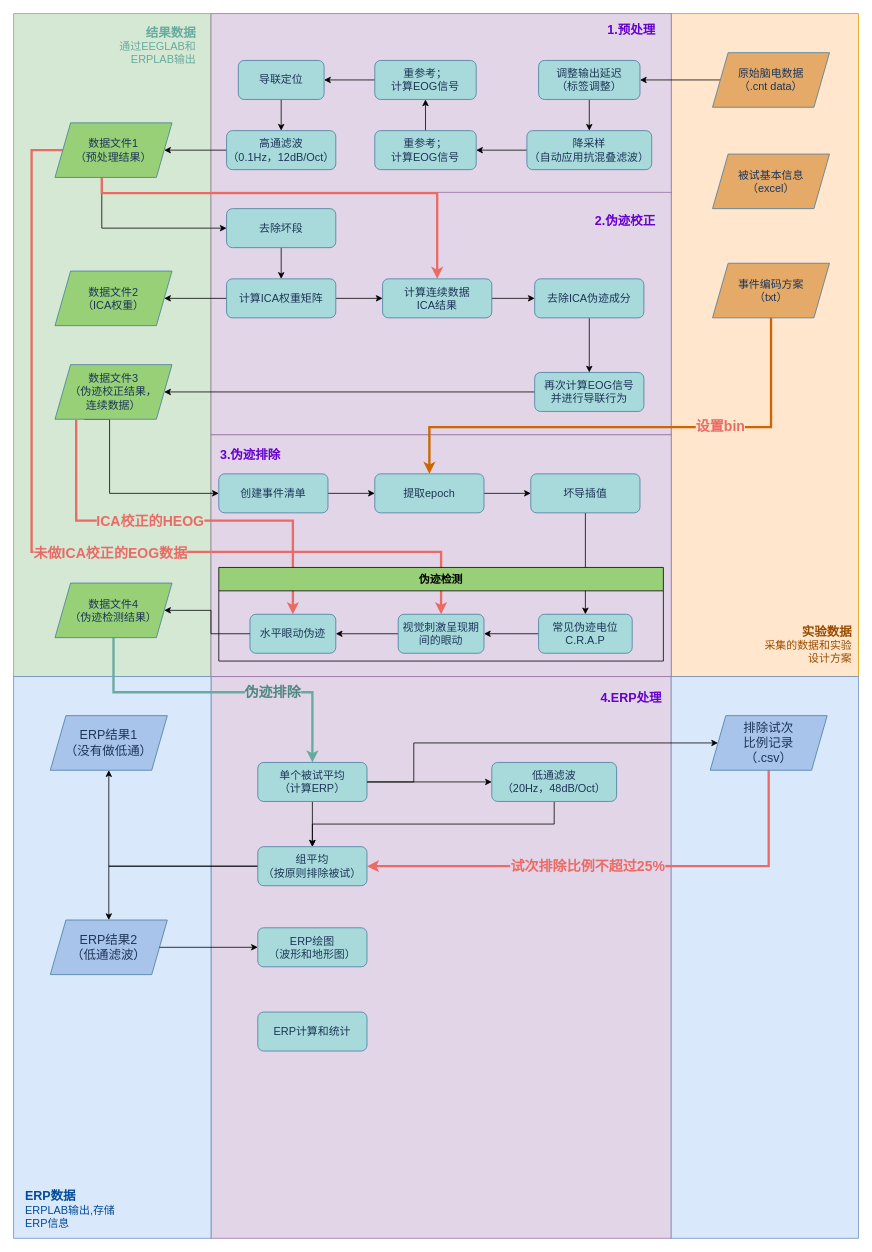
This is page "20220407" (2 of 2) of EEG预处理流程.drawio from pilgrimmeng/Draw, a draw.io file, before an edit. Source tidied: cells renumbered, new cells numbered last; positions are measured from the earlier drawing's top-left corner, leaving out a move shared by most shapes. Both pictures are drawn from the tidied source at 78%, with x=0, y=0 at pixel (13, 13).
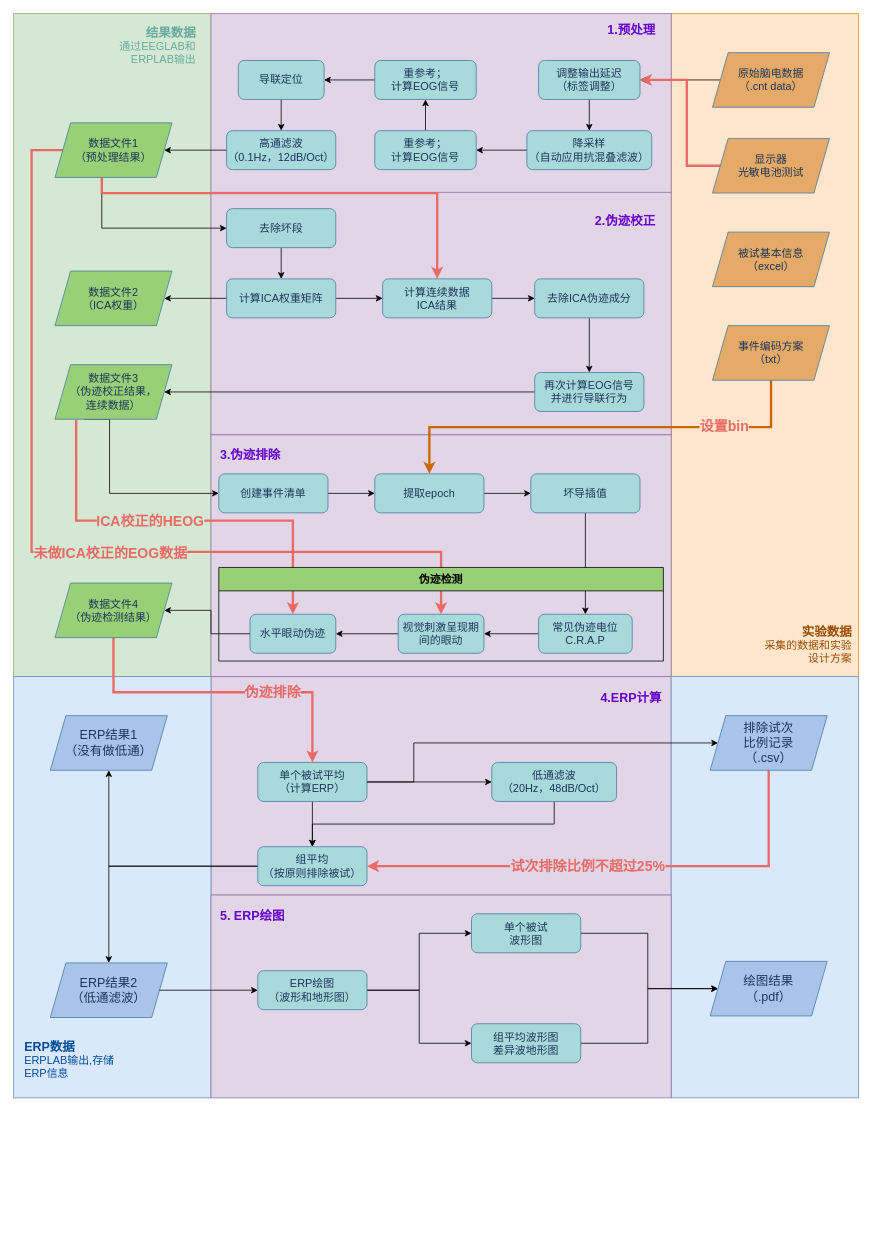
After the change.

Commit message:
Update EEG预处理流程.drawio

Unchanged cells that the change refers to:
```xml
<mxCell id="20" style="edgeStyle=orthogonalEdgeStyle;rounded=0;jettySize=auto;html=1;entryX=0.5;entryY=0;entryDx=0;entryDy=0;strokeColor=#CC6600;strokeWidth=3;" parent="17" edge="1" source="22" target="60">
  <mxGeometry relative="1" as="geometry">
    <Array as="points">
      <mxPoint x="971" y="530" />
      <mxPoint x="533" y="530" />
    </Array>
  </mxGeometry>
</mxCell>
<mxCell id="25" value="调整输出延迟&lt;br&gt;（标签调整）" style="rounded=1;whiteSpace=wrap;html=1;fontSize=14;glass=0;strokeWidth=1;shadow=0;fillColor=#A8DADC;strokeColor=#457B9D;fontColor=#1D3557;" parent="17" vertex="1">
  <mxGeometry x="673" y="60" width="130" height="50" as="geometry" />
</mxCell>
<mxCell id="71" value="数据文件4&lt;br&gt;（伪迹检测结果）" style="shape=parallelogram;perimeter=parallelogramPerimeter;whiteSpace=wrap;html=1;fixedSize=1;rounded=0;sketch=0;fontColor=#1D3557;strokeColor=#457B9D;fontSize=14;fillColor=#97D077;" parent="17" vertex="1">
  <mxGeometry x="53" y="730" width="150" height="70" as="geometry" />
</mxCell>
<mxCell id="75" value="单个被试平均&lt;br&gt;（计算ERP）" style="rounded=1;whiteSpace=wrap;html=1;fontSize=14;glass=0;strokeWidth=1;shadow=0;fillColor=#A8DADC;strokeColor=#457B9D;fontColor=#1D3557;" parent="17" vertex="1">
  <mxGeometry x="313" y="960" width="140" height="50" as="geometry" />
</mxCell>
```

What changed in the source:
```diff
@@
     <mxCell id="12" style="rounded=0;whiteSpace=wrap;html=1;fontFamily=Helvetica;fontSize=14;fillColor=#E1D5E7;strokeColor=#9673a6;" parent="1" vertex="1">
-      <mxGeometry x="253" y="850" width="590" height="720" as="geometry" />
+      <mxGeometry x="253" y="850" width="590" height="280" as="geometry" />
     </mxCell>
     <mxCell id="13" style="rounded=0;whiteSpace=wrap;html=1;fontFamily=Helvetica;fontSize=14;fillColor=#dae8fc;strokeColor=#6c8ebf;" parent="1" vertex="1">
-      <mxGeometry y="850" width="253" height="720" as="geometry" />
+      <mxGeometry y="850" width="253" height="540" as="geometry" />
     </mxCell>
     <mxCell id="14" value="&lt;div&gt;&lt;/div&gt;&lt;div style=&quot;font-size: 16px&quot;&gt;&lt;span&gt;&lt;font&gt;ERP数据&lt;/font&gt;&lt;/span&gt;&lt;/div&gt;&lt;div&gt;&lt;span style=&quot;font-weight: normal&quot;&gt;&lt;font style=&quot;font-size: 14px&quot;&gt;ERPLAB输出,存储ERP信息&lt;/font&gt;&lt;/span&gt;&lt;/div&gt;" style="text;html=1;strokeColor=none;fillColor=none;align=left;verticalAlign=top;whiteSpace=wrap;rounded=0;opacity=20;fontStyle=1;fontColor=#004C99;" parent="1" vertex="1">
-      <mxGeometry x="13" y="1500" width="120" height="60" as="geometry" />
+      <mxGeometry x="12" y="1308" width="120" height="60" as="geometry" />
     </mxCell>
     <mxCell id="15" style="rounded=0;whiteSpace=wrap;html=1;fontFamily=Helvetica;fontSize=14;fillColor=#dae8fc;strokeColor=#6c8ebf;" parent="1" vertex="1">
-      <mxGeometry x="843" y="850" width="240" height="720" as="geometry" />
+      <mxGeometry x="843" y="850" width="240" height="540" as="geometry" />
     </mxCell>
-    <mxCell id="16" value="&lt;div&gt;&lt;/div&gt;&lt;div style=&quot;font-size: 16px&quot;&gt;&lt;font&gt;4.ERP处理&lt;/font&gt;&lt;/div&gt;" style="text;html=1;strokeColor=none;fillColor=none;align=right;verticalAlign=top;whiteSpace=wrap;rounded=0;opacity=20;fontStyle=1;fontColor=#6600CC;" parent="1" vertex="1">
+    <mxCell id="16" value="&lt;div&gt;&lt;/div&gt;&lt;div style=&quot;font-size: 16px&quot;&gt;&lt;font&gt;4.ERP计算&lt;/font&gt;&lt;/div&gt;" style="text;html=1;strokeColor=none;fillColor=none;align=right;verticalAlign=top;whiteSpace=wrap;rounded=0;opacity=20;fontStyle=1;fontColor=#6600CC;" parent="1" vertex="1">
       <mxGeometry x="713" y="861" width="120" height="40" as="geometry" />
     </mxCell>
+    <mxCell id="90" style="rounded=0;whiteSpace=wrap;html=1;fontFamily=Helvetica;fontSize=14;fillColor=#E1D5E7;strokeColor=#9673a6;" parent="1" vertex="1">
+      <mxGeometry x="253" y="1130" width="590" height="260" as="geometry" />
+    </mxCell>
+    <mxCell id="91" value="&lt;div&gt;&lt;/div&gt;&lt;div style=&quot;font-size: 16px&quot;&gt;&lt;font&gt;5. ERP绘图&lt;/font&gt;&lt;/div&gt;" style="text;html=1;strokeColor=none;fillColor=none;align=left;verticalAlign=top;whiteSpace=wrap;rounded=0;opacity=20;fontStyle=1;fontColor=#6600CC;" parent="1" vertex="1">
+      <mxGeometry x="263" y="1140" width="120" height="40" as="geometry" />
+    </mxCell>
@@
     <mxCell id="21" value="&lt;b style=&quot;&quot;&gt;设置bin&lt;/b&gt;" style="edgeLabel;html=1;align=center;verticalAlign=middle;fontSize=18;fontColor=#EA6B66;labelBackgroundColor=#FFE6CC;" parent="20" vertex="1">
       <mxGeometry x="-0.29" y="-2" relative="1" as="geometry">
-        <mxPoint x="20" as="offset" />
+        <mxPoint x="77" as="offset" />
       </mxGeometry>
     </mxCell>
     <mxCell id="22" value="事件编码方案&lt;br&gt;（txt）" style="shape=parallelogram;perimeter=parallelogramPerimeter;whiteSpace=wrap;html=1;fixedSize=1;rounded=0;sketch=0;fontColor=#1D3557;strokeColor=#457B9D;fontSize=14;fillColor=#E6AA68;" parent="17" vertex="1">
-      <mxGeometry x="896" y="320" width="150" height="70" as="geometry" />
+      <mxGeometry x="896" y="400" width="150" height="70" as="geometry" />
     </mxCell>
     <mxCell id="23" value="被试基本信息&lt;br&gt;（excel）" style="shape=parallelogram;perimeter=parallelogramPerimeter;whiteSpace=wrap;html=1;fixedSize=1;rounded=0;sketch=0;fontColor=#1D3557;strokeColor=#457B9D;fontSize=14;fillColor=#E6AA68;" parent="17" vertex="1">
-      <mxGeometry x="896" y="180" width="150" height="70" as="geometry" />
+      <mxGeometry x="896" y="280" width="150" height="70" as="geometry" />
     </mxCell>
@@
-    <mxCell id="69" style="edgeStyle=orthogonalEdgeStyle;rounded=0;jettySize=auto;html=1;entryX=0.5;entryY=0;entryDx=0;entryDy=0;exitX=0.5;exitY=1;exitDx=0;exitDy=0;strokeColor=#67AB9F;strokeWidth=3;" parent="17" edge="1" source="71" target="75">
+    <mxCell id="69" style="edgeStyle=orthogonalEdgeStyle;rounded=0;jettySize=auto;html=1;entryX=0.5;entryY=0;entryDx=0;entryDy=0;exitX=0.5;exitY=1;exitDx=0;exitDy=0;strokeColor=#EA6B66;strokeWidth=3;" parent="17" edge="1" source="71" target="75">
       <mxGeometry relative="1" as="geometry">
         <Array as="points">
           <mxPoint x="128" y="870" />
           <mxPoint x="383" y="870" />
         </Array>
       </mxGeometry>
     </mxCell>
-    <mxCell id="70" value="&lt;font style=&quot;font-size: 18px&quot;&gt;伪迹排除&lt;/font&gt;" style="edgeLabel;html=1;align=center;verticalAlign=middle;fontColor=#51877E;fontStyle=1;labelBackgroundColor=#E1D5E7;" parent="69" vertex="1">
+    <mxCell id="70" value="&lt;font style=&quot;font-size: 18px&quot;&gt;伪迹排除&lt;/font&gt;" style="edgeLabel;html=1;align=center;verticalAlign=middle;fontColor=#EA6B66;fontStyle=1;labelBackgroundColor=#E1D5E7;" parent="69" vertex="1">
       <mxGeometry x="0.13" relative="1" as="geometry">
         <mxPoint x="39" as="offset" />
       </mxGeometry>
     </mxCell>
@@
     <mxCell id="82" value="ERP结果2&lt;br style=&quot;font-size: 16px;&quot;&gt;（低通滤波）" style="shape=parallelogram;perimeter=parallelogramPerimeter;whiteSpace=wrap;html=1;fixedSize=1;rounded=0;sketch=0;fontColor=#1D3557;strokeColor=#457B9D;fontSize=16;fillColor=#A9C4EB;" parent="17" vertex="1">
-      <mxGeometry x="47" y="1162" width="150" height="70" as="geometry" />
+      <mxGeometry x="47" y="1217" width="150" height="70" as="geometry" />
     </mxCell>
+    <mxCell id="92" style="edgeStyle=orthogonalEdgeStyle;rounded=0;jettySize=auto;html=1;exitX=1;exitY=0.5;exitDx=0;exitDy=0;entryX=0;entryY=0.5;entryDx=0;entryDy=0;fontSize=18;fontColor=#EA6B66;strokeColor=#000000;strokeWidth=1;" parent="17" edge="1" source="83" target="97">
+      <mxGeometry relative="1" as="geometry" />
+    </mxCell>
+    <mxCell id="93" style="edgeStyle=orthogonalEdgeStyle;rounded=0;jettySize=auto;html=1;exitX=1;exitY=0.5;exitDx=0;exitDy=0;entryX=0;entryY=0.5;entryDx=0;entryDy=0;fontSize=18;fontColor=#EA6B66;strokeColor=#000000;strokeWidth=1;" parent="17" edge="1" source="83" target="99">
+      <mxGeometry relative="1" as="geometry" />
+    </mxCell>
     <mxCell id="83" value="ERP绘图&lt;br&gt;（波形和地形图）" style="rounded=1;whiteSpace=wrap;html=1;fontSize=14;glass=0;strokeWidth=1;shadow=0;fillColor=#A8DADC;strokeColor=#457B9D;fontColor=#1D3557;" parent="17" vertex="1">
-      <mxGeometry x="313" y="1172" width="140" height="50" as="geometry" />
+      <mxGeometry x="313" y="1227" width="140" height="50" as="geometry" />
     </mxCell>
@@
-    <mxCell id="89" value="ERP计算和统计" style="rounded=1;whiteSpace=wrap;html=1;fontSize=14;glass=0;strokeWidth=1;shadow=0;fillColor=#A8DADC;strokeColor=#457B9D;fontColor=#1D3557;" parent="17" vertex="1">
-      <mxGeometry x="313" y="1280" width="140" height="50" as="geometry" />
-    </mxCell>
+    <mxCell id="94" style="edgeStyle=orthogonalEdgeStyle;rounded=0;jettySize=auto;html=1;exitX=0;exitY=0.5;exitDx=0;exitDy=0;entryX=1;entryY=0.5;entryDx=0;entryDy=0;fontSize=18;fontColor=#EA6B66;strokeColor=#EA6B66;strokeWidth=3;" parent="17" edge="1" source="95" target="25">
+      <mxGeometry relative="1" as="geometry">
+        <Array as="points">
+          <mxPoint x="863" y="195" />
+          <mxPoint x="863" y="85" />
+        </Array>
+      </mxGeometry>
+    </mxCell>
+    <mxCell id="95" value="显示器&lt;br&gt;光敏电池测试" style="shape=parallelogram;perimeter=parallelogramPerimeter;whiteSpace=wrap;html=1;fixedSize=1;rounded=0;sketch=0;fontColor=#1D3557;strokeColor=#457B9D;fontSize=14;fillColor=#E6AA68;" parent="17" vertex="1">
+      <mxGeometry x="896" y="160" width="150" height="70" as="geometry" />
+    </mxCell>
+    <mxCell id="96" style="edgeStyle=orthogonalEdgeStyle;rounded=0;jettySize=auto;html=1;entryX=0;entryY=0.5;entryDx=0;entryDy=0;fontSize=18;fontColor=#EA6B66;strokeColor=#000000;strokeWidth=1;" parent="17" edge="1" source="97" target="100">
+      <mxGeometry relative="1" as="geometry">
+        <Array as="points">
+          <mxPoint x="813" y="1179" />
+          <mxPoint x="813" y="1250" />
+        </Array>
+      </mxGeometry>
+    </mxCell>
+    <mxCell id="97" value="单个被试&lt;br&gt;波形图" style="rounded=1;whiteSpace=wrap;html=1;fontSize=14;glass=0;strokeWidth=1;shadow=0;fillColor=#A8DADC;strokeColor=#457B9D;fontColor=#1D3557;" parent="17" vertex="1">
+      <mxGeometry x="587" y="1154" width="140" height="50" as="geometry" />
+    </mxCell>
+    <mxCell id="98" style="edgeStyle=orthogonalEdgeStyle;rounded=0;jettySize=auto;html=1;exitX=1;exitY=0.5;exitDx=0;exitDy=0;entryX=0;entryY=0.5;entryDx=0;entryDy=0;fontSize=18;fontColor=#EA6B66;strokeColor=#000000;strokeWidth=1;" parent="17" edge="1" source="99" target="100">
+      <mxGeometry relative="1" as="geometry">
+        <Array as="points">
+          <mxPoint x="813" y="1320" />
+          <mxPoint x="813" y="1250" />
+        </Array>
+      </mxGeometry>
+    </mxCell>
+    <mxCell id="99" value="组平均波形图&lt;br&gt;差异波地形图" style="rounded=1;whiteSpace=wrap;html=1;fontSize=14;glass=0;strokeWidth=1;shadow=0;fillColor=#A8DADC;strokeColor=#457B9D;fontColor=#1D3557;" parent="17" vertex="1">
+      <mxGeometry x="587" y="1295" width="140" height="50" as="geometry" />
+    </mxCell>
+    <mxCell id="100" value="绘图结果&lt;br&gt;（.pdf）" style="shape=parallelogram;perimeter=parallelogramPerimeter;whiteSpace=wrap;html=1;fixedSize=1;rounded=0;sketch=0;fontColor=#1D3557;strokeColor=#457B9D;fontSize=16;fillColor=#A9C4EB;" parent="17" vertex="1">
+      <mxGeometry x="893" y="1215" width="150" height="70" as="geometry" />
+    </mxCell>
```
